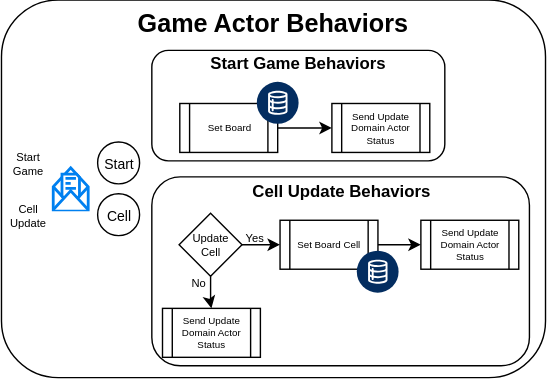
Earlier version of the draw.io export docs/diagrams/GameActor.svg (sunlao/py_sudoku_solver). Source tidied: cells renumbered, new cells last; positions are measured from the earlier drawing's top-left corner, leaving out a move shared by most shapes.
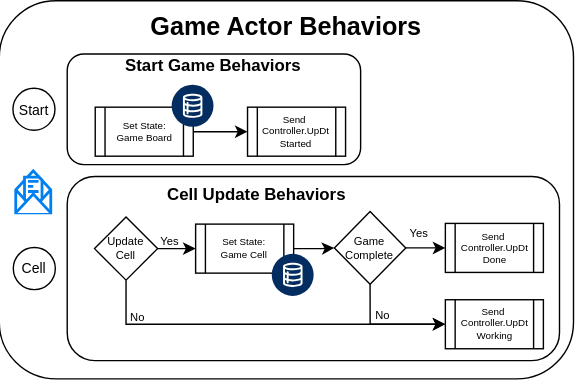
Later version of the same file.

What changed in the source:
```diff
@@ -3,48 +3,45 @@
     <mxCell id="0" />
     <mxCell id="1" parent="0" />
     <mxCell id="2" style="rounded=1;whiteSpace=wrap;html=1;" parent="1" vertex="1">
-      <mxGeometry x="1" width="389" height="270" as="geometry" />
+      <mxGeometry x="60" y="-2" width="410" height="270" as="geometry" />
     </mxCell>
     <mxCell id="3" style="rounded=1;whiteSpace=wrap;html=1;" parent="1" vertex="1">
       <mxGeometry x="108.5" y="36" width="209.5" height="79" as="geometry" />
     </mxCell>
     <mxCell id="4" value="Cell" style="ellipse;whiteSpace=wrap;html=1;fontSize=10;" parent="1" vertex="1">
-      <mxGeometry x="69.8" y="138.5" width="30" height="30" as="geometry" />
+      <mxGeometry x="70" y="174.2" width="30" height="30" as="geometry" />
     </mxCell>
     <mxCell id="5" style="html=1;verticalLabelPosition=bottom;align=center;labelBackgroundColor=#ffffff;verticalAlign=top;strokeWidth=2;strokeColor=#0080F0;shadow=0;dashed=0;shape=mxgraph.ios7.icons.envelope_(message);" parent="1" vertex="1">
-      <mxGeometry x="38" y="120" width="25" height="30" as="geometry" />
+      <mxGeometry x="72.2" y="120" width="25" height="30" as="geometry" />
     </mxCell>
     <mxCell id="6" style="edgeStyle=orthogonalEdgeStyle;rounded=0;jettySize=auto;html=1;entryX=0;entryY=0.5;entryDx=0;entryDy=0;" parent="1" edge="1" source="7" target="20">
       <mxGeometry relative="1" as="geometry" />
     </mxCell>
-    <mxCell id="7" value="Set Board" style="shape=process;whiteSpace=wrap;html=1;backgroundOutline=1;fontSize=7;" parent="1" vertex="1">
+    <mxCell id="7" value="Set State:&lt;div&gt;Game Board&lt;/div&gt;" style="shape=process;whiteSpace=wrap;html=1;backgroundOutline=1;fontSize=7;" parent="1" vertex="1">
       <mxGeometry x="128.5" y="74" width="70" height="35" as="geometry" />
     </mxCell>
     <mxCell id="8" style="verticalLabelPosition=bottom;html=1;shape=mxgraph.salesforce.data2;fillColorStyles=fillColor2,fillColor3;fillColor2=#032d60;fillColor3=#ffffff;fillColor=none;strokeColor=none;" parent="1" vertex="1">
       <mxGeometry x="183.5" y="58.5" width="30" height="30" as="geometry" />
     </mxCell>
-    <mxCell id="9" value="Cell Update" style="text;html=1;whiteSpace=wrap;strokeColor=none;fillColor=none;align=center;verticalAlign=middle;rounded=0;fontSize=8;" parent="1" vertex="1">
-      <mxGeometry x="5.2" y="138.5" width="30" height="30" as="geometry" />
-    </mxCell>
     <mxCell id="10" value="Start Game Behaviors" style="text;html=1;whiteSpace=wrap;strokeColor=none;fillColor=none;align=center;verticalAlign=middle;rounded=0;fontStyle=1;" parent="1" vertex="1">
       <mxGeometry x="108" y="36" width="210" height="18" as="geometry" />
     </mxCell>
     <mxCell id="11" value="Game Actor Behaviors" style="text;html=1;whiteSpace=wrap;strokeColor=none;fillColor=none;align=center;verticalAlign=middle;rounded=0;fontStyle=1;fontSize=18;" parent="1" vertex="1">
-      <mxGeometry y="3" width="390" height="27" as="geometry" />
+      <mxGeometry x="60" y="3" width="410" height="27" as="geometry" />
     </mxCell>
     <mxCell id="12" style="rounded=1;whiteSpace=wrap;html=1;" parent="1" vertex="1">
-      <mxGeometry x="108.5" y="126.5" width="270" height="135" as="geometry" />
+      <mxGeometry x="108.5" y="123.5" width="351.5" height="131.5" as="geometry" />
     </mxCell>
     <mxCell id="13" style="edgeStyle=orthogonalEdgeStyle;rounded=0;jettySize=auto;html=1;" parent="1" edge="1" source="15" target="16">
       <mxGeometry relative="1" as="geometry" />
     </mxCell>
-    <mxCell id="14" style="edgeStyle=orthogonalEdgeStyle;rounded=0;jettySize=auto;html=1;entryX=0.5;entryY=0;entryDx=0;entryDy=0;" parent="1" edge="1" source="15" target="25">
+    <mxCell id="14" style="edgeStyle=orthogonalEdgeStyle;rounded=0;jettySize=auto;html=1;entryX=0;entryY=0.5;entryDx=0;entryDy=0;exitX=0.5;exitY=1;exitDx=0;exitDy=0;" parent="1" edge="1" source="15" target="25">
       <mxGeometry relative="1" as="geometry" />
     </mxCell>
     <mxCell id="15" value="Update&lt;div&gt;Cell&lt;/div&gt;" style="rhombus;whiteSpace=wrap;html=1;fontSize=8;" parent="1" vertex="1">
       <mxGeometry x="128" y="152.5" width="45" height="45" as="geometry" />
     </mxCell>
-    <mxCell id="16" value="Set Board Cell" style="shape=process;whiteSpace=wrap;html=1;backgroundOutline=1;fontSize=7;" parent="1" vertex="1">
+    <mxCell id="16" value="Set State:&lt;div&gt;Game Cell&lt;/div&gt;" style="shape=process;whiteSpace=wrap;html=1;backgroundOutline=1;fontSize=7;" parent="1" vertex="1">
       <mxGeometry x="200.2" y="157.5" width="70" height="35" as="geometry" />
     </mxCell>
     <mxCell id="17" style="verticalLabelPosition=bottom;html=1;shape=mxgraph.salesforce.data2;fillColorStyles=fillColor2,fillColor3;fillColor2=#032d60;fillColor3=#ffffff;fillColor=none;strokeColor=none;" parent="1" vertex="1">
@@ -54,28 +51,40 @@
       <mxGeometry x="172" y="163.5" width="20" height="12.5" as="geometry" />
     </mxCell>
     <mxCell id="19" value="No" style="text;html=1;whiteSpace=wrap;strokeColor=none;fillColor=none;align=center;verticalAlign=middle;rounded=0;fontSize=8;" parent="1" vertex="1">
-      <mxGeometry x="132.1" y="195.5" width="20" height="12.5" as="geometry" />
+      <mxGeometry x="149" y="218" width="20" height="12.5" as="geometry" />
     </mxCell>
-    <mxCell id="20" value="Send Update Domain Actor Status" style="shape=process;whiteSpace=wrap;html=1;backgroundOutline=1;fontSize=7;" parent="1" vertex="1">
+    <mxCell id="20" value="Send&amp;nbsp;&lt;div&gt;Controller.UpDt&lt;/div&gt;&lt;div&gt;Started&lt;/div&gt;" style="shape=process;whiteSpace=wrap;html=1;backgroundOutline=1;fontSize=7;" parent="1" vertex="1">
       <mxGeometry x="237.2" y="74" width="70" height="35" as="geometry" />
     </mxCell>
-    <mxCell id="21" value="Start Game" style="text;html=1;whiteSpace=wrap;strokeColor=none;fillColor=none;align=center;verticalAlign=middle;rounded=0;fontSize=8;" parent="1" vertex="1">
-      <mxGeometry x="5.2" y="101.5" width="30" height="30" as="geometry" />
-    </mxCell>
     <mxCell id="22" value="Start" style="ellipse;whiteSpace=wrap;html=1;fontSize=10;" parent="1" vertex="1">
-      <mxGeometry x="69.8" y="101.5" width="30" height="30" as="geometry" />
+      <mxGeometry x="69.8" y="60.5" width="30" height="30" as="geometry" />
     </mxCell>
-    <mxCell id="23" value="Send Update Domain Actor Status" style="shape=process;whiteSpace=wrap;html=1;backgroundOutline=1;fontSize=7;" parent="1" vertex="1">
-      <mxGeometry x="300.9" y="157.5" width="70" height="35" as="geometry" />
+    <mxCell id="23" value="Send&amp;nbsp;&lt;div&gt;Controller.UpDt&lt;/div&gt;&lt;div&gt;Done&lt;/div&gt;" style="shape=process;whiteSpace=wrap;html=1;backgroundOutline=1;fontSize=7;" parent="1" vertex="1">
+      <mxGeometry x="378.5" y="157" width="70" height="35" as="geometry" />
     </mxCell>
-    <mxCell id="24" style="edgeStyle=orthogonalEdgeStyle;rounded=0;jettySize=auto;html=1;entryX=0;entryY=0.5;entryDx=0;entryDy=0;" parent="1" edge="1" source="16" target="23">
+    <mxCell id="24" style="edgeStyle=orthogonalEdgeStyle;rounded=0;jettySize=auto;html=1;entryX=0;entryY=0.5;entryDx=0;entryDy=0;" parent="1" edge="1" source="16" target="29">
       <mxGeometry relative="1" as="geometry" />
     </mxCell>
-    <mxCell id="25" value="Send Update Domain Actor Status" style="shape=process;whiteSpace=wrap;html=1;backgroundOutline=1;fontSize=7;" parent="1" vertex="1">
-      <mxGeometry x="116.1" y="220.5" width="70" height="35" as="geometry" />
+    <mxCell id="25" value="Send&amp;nbsp;&lt;div&gt;Controller.UpDt&lt;/div&gt;&lt;div&gt;Working&lt;/div&gt;" style="shape=process;whiteSpace=wrap;html=1;backgroundOutline=1;fontSize=7;" parent="1" vertex="1">
+      <mxGeometry x="378.5" y="211.5" width="70" height="35" as="geometry" />
     </mxCell>
     <mxCell id="26" value="Cell Update Behaviors" style="text;html=1;whiteSpace=wrap;strokeColor=none;fillColor=none;align=center;verticalAlign=middle;rounded=0;fontStyle=1;" parent="1" vertex="1">
       <mxGeometry x="108.5" y="127.5" width="269.5" height="18" as="geometry" />
     </mxCell>
+    <mxCell id="27" style="edgeStyle=orthogonalEdgeStyle;rounded=0;jettySize=auto;html=1;" parent="1" edge="1" source="29" target="23">
+      <mxGeometry relative="1" as="geometry" />
+    </mxCell>
+    <mxCell id="28" style="edgeStyle=orthogonalEdgeStyle;rounded=0;jettySize=auto;html=1;entryX=0;entryY=0.5;entryDx=0;entryDy=0;exitX=0.5;exitY=1;exitDx=0;exitDy=0;" parent="1" edge="1" source="29" target="25">
+      <mxGeometry relative="1" as="geometry" />
+    </mxCell>
+    <mxCell id="29" value="Game&lt;div&gt;Complete&lt;/div&gt;" style="rhombus;whiteSpace=wrap;html=1;fontSize=8;" parent="1" vertex="1">
+      <mxGeometry x="299.2" y="148.5" width="51" height="52" as="geometry" />
+    </mxCell>
+    <mxCell id="30" value="Yes" style="text;html=1;whiteSpace=wrap;strokeColor=none;fillColor=none;align=center;verticalAlign=middle;rounded=0;fontSize=8;" parent="1" vertex="1">
+      <mxGeometry x="350.2" y="157.5" width="20" height="12.5" as="geometry" />
+    </mxCell>
+    <mxCell id="31" value="No" style="text;html=1;whiteSpace=wrap;strokeColor=none;fillColor=none;align=center;verticalAlign=middle;rounded=0;fontSize=8;" parent="1" vertex="1">
+      <mxGeometry x="324.2" y="217" width="20" height="12.5" as="geometry" />
+    </mxCell>
   </root>
 </mxGraphModel>
```
